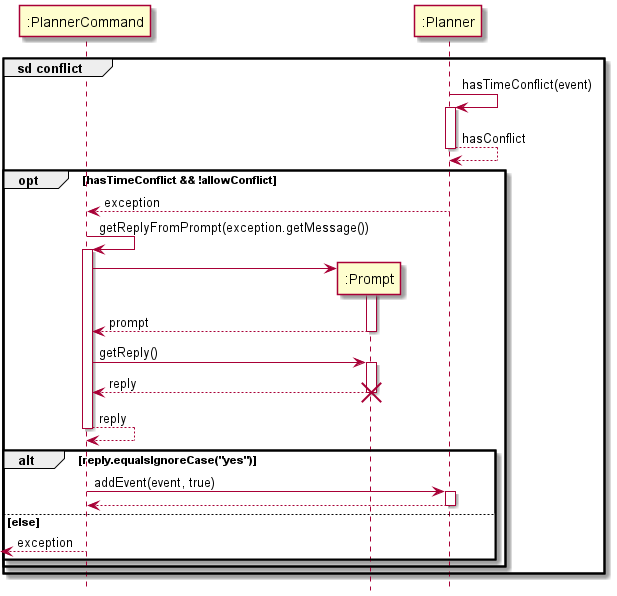
shyamgj1900/tp keeps this PlantUML diagram as docs/assets/images/PlannerAddSequenceDiagram2.png. Above is the earlier version. The source it was exported from:
```plantuml
@startuml

hide footbox

participant ":PlannerCommand" as plc
participant ":Prompt" as prompt
participant ":Planner" as planner

group sd conflict

planner -> planner : hasTimeConflict(event)
activate planner

planner --> planner : hasConflict
deactivate planner

opt hasTimeConflict && !allowConflict

planner --> plc : exception

plc -> plc : getReplyFromPrompt(exception.getMessage())
activate plc

create prompt
plc -> prompt
activate prompt

prompt --> plc : prompt
deactivate prompt

plc -> prompt : getReply()
activate prompt

prompt --> plc : reply
deactivate prompt

destroy prompt

plc --> plc : reply
deactivate plc

alt reply.equalsIgnoreCase("yes")

plc -> planner : addEvent(event, true)
activate planner

planner --> plc
deactivate planner

else else

plc-->[ : exception

end
end
end

@enduml
```
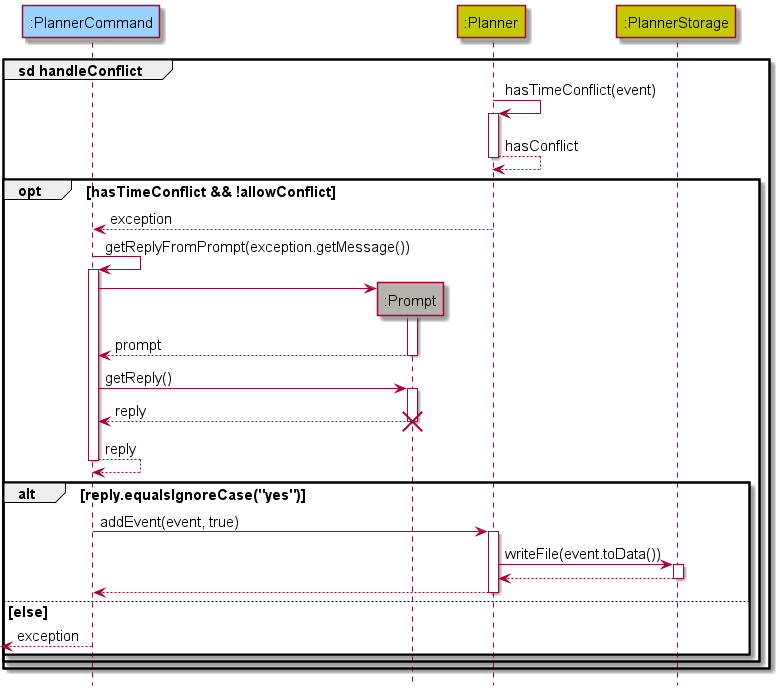
The same diagram one commit later.

The edit, as a diff of the source:
```diff
@@ -1,12 +1,15 @@
 @startuml
+
+!include Style.puml
 
 hide footbox
 
-participant ":PlannerCommand" as plc
-participant ":Prompt" as prompt
-participant ":Planner" as planner
+participant ":PlannerCommand" as plc COMMANDS_COLOR
+participant ":Prompt" as prompt UTIL_COLOR
+participant ":Planner" as planner PLANNER_COLOR
+participant ":PlannerStorage" as pls PLANNER_COLOR
 
-group sd conflict
+group sd handleConflict
 
 planner -> planner : hasTimeConflict(event)
 activate planner
@@ -44,6 +47,12 @@
 plc -> planner : addEvent(event, true)
 activate planner
 
+planner -> pls : writeFile(event.toData())
+activate pls
+
+pls --> planner
+deactivate pls
+
 planner --> plc
 deactivate planner
 
```
